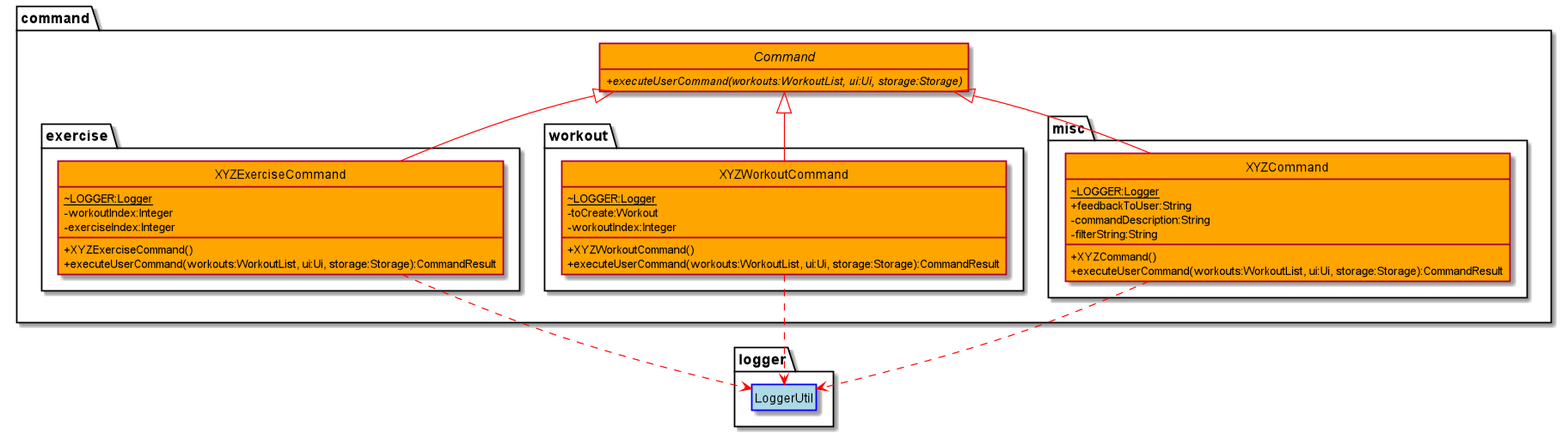
The PlantUML diagram docs/umldg/CommandDiagram.png in nus-cs2113-AY2122S1/tp, before a commit. Its diagram source:
```plantuml
@startuml
skinparam classAttributeIconSize 0
skinparam stereotypeBackgroundColor White
hide circle
hide empty members
skinparam class {
BackgroundColor Orange
ArrowColor Red
}
together {
package "command" {
abstract Command {
+executeUserCommand(workouts:WorkoutList, ui:Ui, storage:Storage) {abstract}
}
package "exercise" {
class XYZExerciseCommand extends Command {
~LOGGER:Logger {static}
-workoutIndex:Integer
-exerciseIndex:Integer
+XYZExerciseCommand()
+executeUserCommand(workouts:WorkoutList, ui:Ui, storage:Storage):CommandResult
}
}
package "workout" {
class XYZWorkoutCommand extends Command {
~LOGGER:Logger {static}
-toCreate:Workout
-workoutIndex:Integer
+XYZWorkoutCommand()
+executeUserCommand(workouts:WorkoutList, ui:Ui, storage:Storage):CommandResult
}
}
package "misc" {
class XYZCommand extends Command {
~LOGGER:Logger {static}
+ feedbackToUser:String
- commandDescription:String
- filterString:String
+XYZCommand()
+executeUserCommand(workouts:WorkoutList, ui:Ui, storage:Storage):CommandResult
}
}
}

package "logger" {
class LoggerUtil #LightBlue##Blue
}

XYZCommand..>LoggerUtil
XYZExerciseCommand..>LoggerUtil
XYZWorkoutCommand..>LoggerUtil
}

@enduml
```
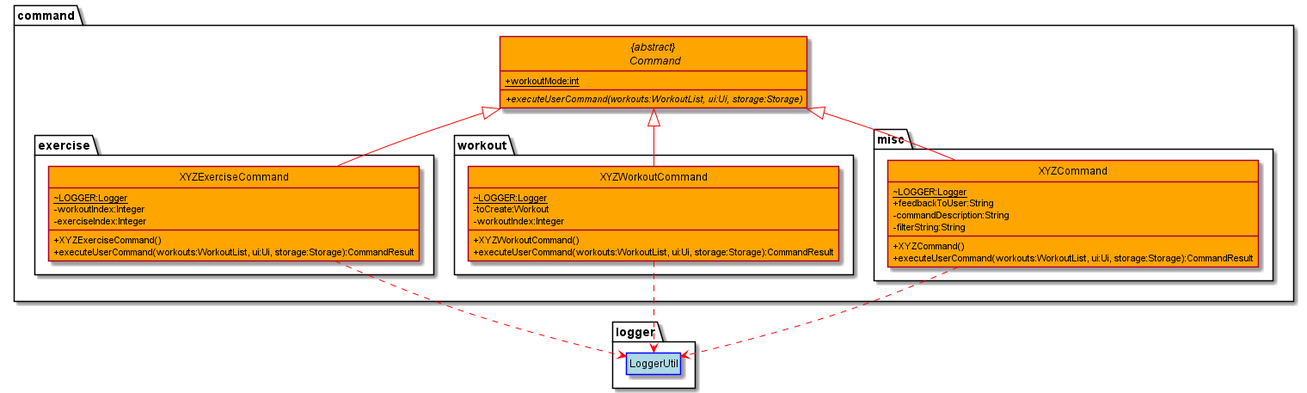
Later version of the same file.

Diff of the diagram source:
```diff
@@ -9,7 +9,8 @@
 }
 together {
 package "command" {
-abstract Command {
+abstract "{abstract} \n Command" as Command {
++{static} workoutMode:int
 +executeUserCommand(workouts:WorkoutList, ui:Ui, storage:Storage) {abstract}
 }
 package "exercise" {
```
